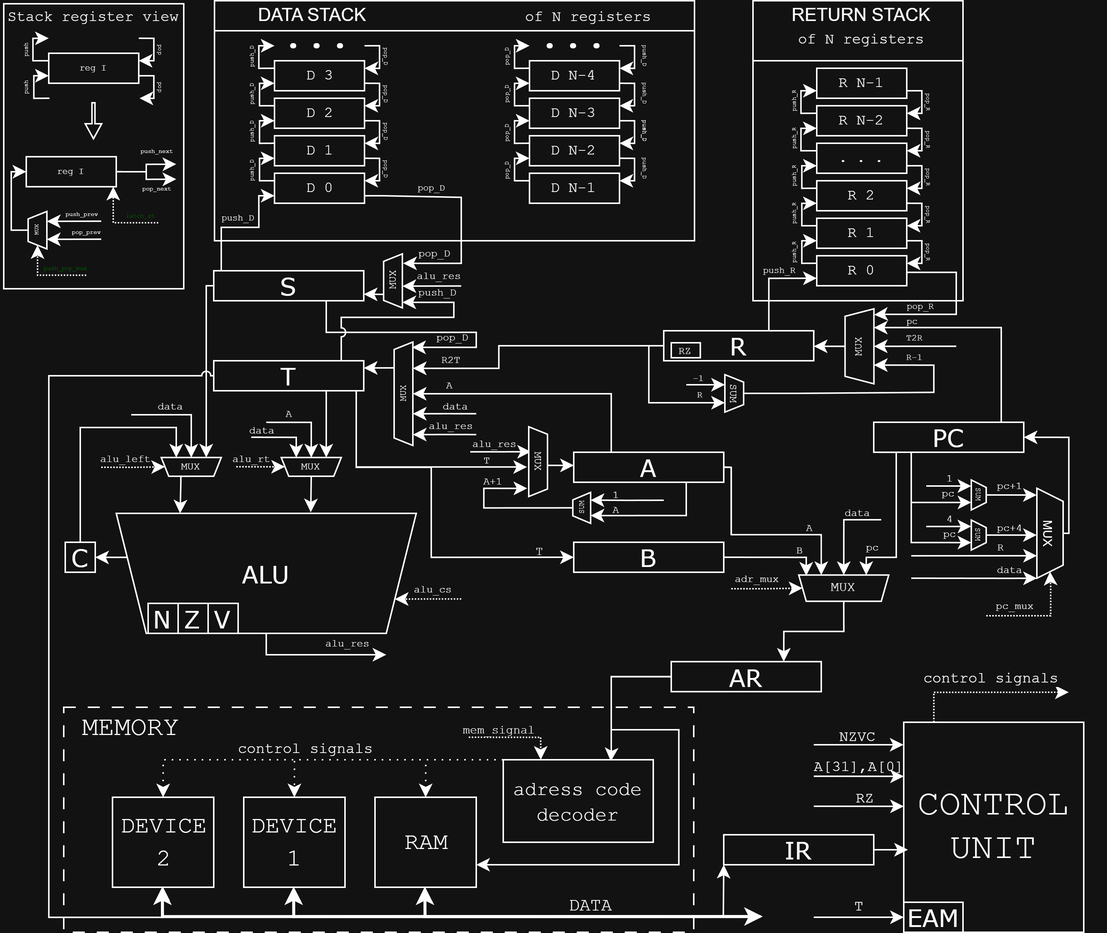
The draw.io diagram f32a scheme.png in NXZAGE/csa_f32a_scheme, before a commit. Source tidied: cells renumbered, new cells last; positions are measured from the earlier drawing's top-left corner, leaving out a move shared by most shapes.
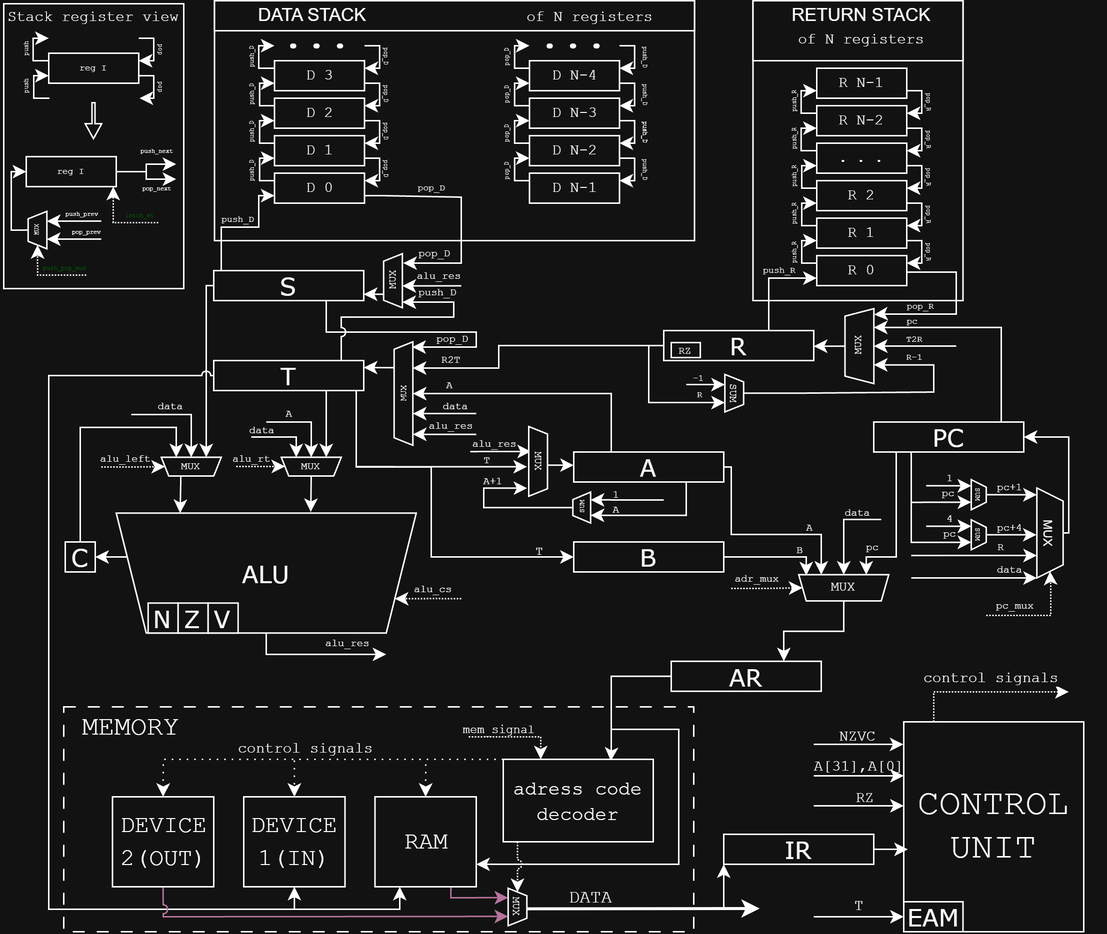
After the change.

Commit message:
Add difference between IO devices

Diff of the diagram source:
```diff
@@ -1112,61 +1112,79 @@
         </Array>
       </mxGeometry>
     </mxCell>
+    <mxCell id="271" style="edgeStyle=orthogonalEdgeStyle;rounded=0;jettySize=auto;html=1;entryX=0;entryY=0.5;entryDx=0;entryDy=0;dashed=1;dashPattern=1 1;jumpStyle=arc;" parent="1" edge="1" source="229" target="275">
+      <mxGeometry relative="1" as="geometry">
+        <Array as="points">
+          <mxPoint x="365" y="561" />
+          <mxPoint x="365" y="561" />
+        </Array>
+      </mxGeometry>
+    </mxCell>
     <mxCell id="229" value="&lt;font face=&quot;Courier New&quot;&gt;adress code decoder&lt;/font&gt;" style="rounded=0;whiteSpace=wrap;html=1;fontFamily=Verdana;fontSize=13;" parent="1" vertex="1">
       <mxGeometry x="333" y="506" width="100" height="55" as="geometry" />
     </mxCell>
-    <mxCell id="230" style="edgeStyle=orthogonalEdgeStyle;rounded=0;jettySize=auto;html=1;exitX=0.5;exitY=1;exitDx=0;exitDy=0;endArrow=none;endFill=0;startArrow=classic;startFill=1;strokeWidth=2;" parent="1" edge="1" source="231">
-      <mxGeometry relative="1" as="geometry">
-        <mxPoint x="500" y="611" as="targetPoint" />
-        <Array as="points">
-          <mxPoint x="281" y="611" />
-          <mxPoint x="500" y="611" />
-        </Array>
-      </mxGeometry>
-    </mxCell>
+    <mxCell id="272" style="edgeStyle=orthogonalEdgeStyle;rounded=0;jettySize=auto;html=1;entryX=0.25;entryY=1;entryDx=0;entryDy=0;" parent="1" edge="1" target="231">
+      <mxGeometry relative="1" as="geometry">
+        <mxPoint x="190" y="606" as="sourcePoint" />
+        <Array as="points">
+          <mxPoint x="264" y="606" />
+          <mxPoint x="264" y="591" />
+        </Array>
+      </mxGeometry>
+    </mxCell>
+    <mxCell id="273" style="edgeStyle=orthogonalEdgeStyle;rounded=0;jettySize=auto;html=1;exitX=0.75;exitY=1;exitDx=0;exitDy=0;entryX=0.25;entryY=1;entryDx=0;entryDy=0;strokeColor=light-dark(#000000,#B5739D);" parent="1" edge="1" source="231" target="275">
+      <mxGeometry relative="1" as="geometry">
+        <Array as="points">
+          <mxPoint x="298" y="598" />
+        </Array>
+      </mxGeometry>
+    </mxCell>
     <mxCell id="231" value="&lt;font face=&quot;Courier New&quot;&gt;RAM&lt;/font&gt;" style="rounded=0;whiteSpace=wrap;html=1;fontSize=16;" parent="1" vertex="1">
       <mxGeometry x="247.5" y="531" width="67.5" height="60" as="geometry" />
     </mxCell>
-    <mxCell id="232" style="edgeStyle=orthogonalEdgeStyle;rounded=0;jettySize=auto;html=1;exitX=0.5;exitY=1;exitDx=0;exitDy=0;endArrow=none;endFill=0;startArrow=classic;startFill=1;strokeWidth=2;" parent="1" edge="1" source="233">
-      <mxGeometry relative="1" as="geometry">
-        <mxPoint x="505" y="611" as="targetPoint" />
-        <Array as="points">
-          <mxPoint x="194" y="611" />
-        </Array>
-      </mxGeometry>
-    </mxCell>
-    <mxCell id="233" value="&lt;font face=&quot;Courier New&quot;&gt;DEVICE 1&lt;/font&gt;" style="rounded=0;whiteSpace=wrap;html=1;fontSize=16;" parent="1" vertex="1">
+    <mxCell id="233" value="&lt;font face=&quot;Courier New&quot;&gt;DEVICE 1(IN)&lt;/font&gt;" style="rounded=0;whiteSpace=wrap;html=1;fontSize=16;" parent="1" vertex="1">
       <mxGeometry x="160" y="531" width="67.5" height="60" as="geometry" />
     </mxCell>
-    <mxCell id="234" style="edgeStyle=orthogonalEdgeStyle;rounded=0;jettySize=auto;html=1;exitX=0.5;exitY=1;exitDx=0;exitDy=0;startArrow=classic;startFill=1;strokeWidth=2;" parent="1" edge="1" source="236">
+    <mxCell id="234" style="edgeStyle=orthogonalEdgeStyle;rounded=0;orthogonalLoop=1;jettySize=auto;html=1;startArrow=none;startFill=0;strokeWidth=2;" parent="1" edge="1">
       <mxGeometry relative="1" as="geometry">
-        <mxPoint x="506.5" y="611" as="targetPoint" />
+        <mxPoint x="349" y="606.2" as="sourcePoint" />
+        <mxPoint x="504.5" y="606" as="targetPoint" />
         <Array as="points">
-          <mxPoint x="106" y="611" />
+          <mxPoint x="349" y="606.2" />
+          <mxPoint x="364" y="606.2" />
         </Array>
       </mxGeometry>
     </mxCell>
-    <mxCell id="235" style="edgeStyle=orthogonalEdgeStyle;rounded=0;jettySize=auto;html=1;entryX=0.5;entryY=1;entryDx=0;entryDy=0;strokeWidth=1;exitX=0;exitY=0.5;exitDx=0;exitDy=0;jumpStyle=arc;" parent="1" edge="1" source="16" target="236">
+    <mxCell id="235" style="edgeStyle=orthogonalEdgeStyle;rounded=0;jettySize=auto;html=1;entryX=0.5;entryY=1;entryDx=0;entryDy=0;strokeWidth=1;exitX=0;exitY=0.5;exitDx=0;exitDy=0;jumpStyle=arc;" parent="1" edge="1" source="16" target="233">
       <mxGeometry relative="1" as="geometry">
         <Array as="points">
           <mxPoint x="30" y="250" />
-          <mxPoint x="30" y="611" />
-          <mxPoint x="106" y="611" />
+          <mxPoint x="30" y="606" />
+          <mxPoint x="194" y="606" />
         </Array>
       </mxGeometry>
     </mxCell>
+    <mxCell id="274" style="edgeStyle=orthogonalEdgeStyle;rounded=0;jettySize=auto;html=1;exitX=0.5;exitY=1;exitDx=0;exitDy=0;entryX=0.75;entryY=1;entryDx=0;entryDy=0;jumpStyle=arc;strokeColor=light-dark(#000000,#B5739D);" parent="1" edge="1" source="236" target="275">
+      <mxGeometry relative="1" as="geometry">
+        <Array as="points">
+          <mxPoint x="106" y="611" />
+          <mxPoint x="238" y="611" />
+          <mxPoint x="238" y="610" />
+        </Array>
+      </mxGeometry>
+    </mxCell>
-    <mxCell id="236" value="&lt;font face=&quot;Courier New&quot;&gt;DEVICE 2&lt;/font&gt;" style="rounded=0;whiteSpace=wrap;html=1;fontSize=16;" parent="1" vertex="1">
+    <mxCell id="236" value="&lt;font face=&quot;Courier New&quot;&gt;DEVICE 2(OUT)&lt;/font&gt;" style="rounded=0;whiteSpace=wrap;html=1;fontSize=16;" parent="1" vertex="1">
       <mxGeometry x="72.5" y="531" width="67.5" height="60" as="geometry" />
     </mxCell>
     <mxCell id="237" value="control signals" style="text;html=1;whiteSpace=wrap;strokeColor=none;fillColor=none;align=center;verticalAlign=middle;rounded=0;fontSize=10;fontFamily=Courier New;rotation=0;" parent="1" vertex="1">
       <mxGeometry x="152.5" y="496" width="97" height="5" as="geometry" />
     </mxCell>
     <mxCell id="238" value="DATA" style="text;html=1;whiteSpace=wrap;strokeColor=none;fillColor=none;align=center;verticalAlign=middle;rounded=0;fontSize=12;fontFamily=Courier New;rotation=0;" parent="1" vertex="1">
-      <mxGeometry x="343" y="601" width="97" height="5" as="geometry" />
+      <mxGeometry x="343" y="596" width="97" height="5" as="geometry" />
     </mxCell>
-    <mxCell id="239" style="edgeStyle=orthogonalEdgeStyle;rounded=0;jettySize=auto;html=1;exitX=0;exitY=1;exitDx=0;exitDy=0;entryX=0;entryY=1;entryDx=0;entryDy=0;" parent="1" edge="1" target="240">
+    <mxCell id="239" style="edgeStyle=orthogonalEdgeStyle;rounded=0;jettySize=auto;html=1;entryX=0;entryY=1;entryDx=0;entryDy=0;" parent="1" edge="1" target="240">
       <mxGeometry relative="1" as="geometry">
-        <mxPoint x="479.7" y="611" as="sourcePoint" />
+        <mxPoint x="480" y="606" as="sourcePoint" />
       </mxGeometry>
     </mxCell>
     <mxCell id="240" value="IR" style="rounded=0;whiteSpace=wrap;html=1;fontFamily=Verdana;fontSize=16;" parent="1" vertex="1">
@@ -1303,5 +1321,8 @@
     <mxCell id="270" value="&lt;font face=&quot;Courier New&quot;&gt;RZ&lt;/font&gt;" style="rounded=0;whiteSpace=wrap;html=1;fontFamily=Verdana;fontSize=7;" parent="1" vertex="1">
       <mxGeometry x="445" y="228" width="19.4" height="10" as="geometry" />
     </mxCell>
+    <mxCell id="275" value="&lt;font style=&quot;font-size: 7px;&quot;&gt;MUX&lt;/font&gt;" style="shape=trapezoid;perimeter=trapezoidPerimeter;whiteSpace=wrap;html=1;fixedSize=1;fontSize=4;fontFamily=Courier New;size=5;rotation=90;flipV=0;legacyAnchorPoints=0;" parent="1" vertex="1">
+      <mxGeometry x="330" y="598.2" width="25" height="12.5" as="geometry" />
+    </mxCell>
   </root>
 </mxGraphModel>
```
